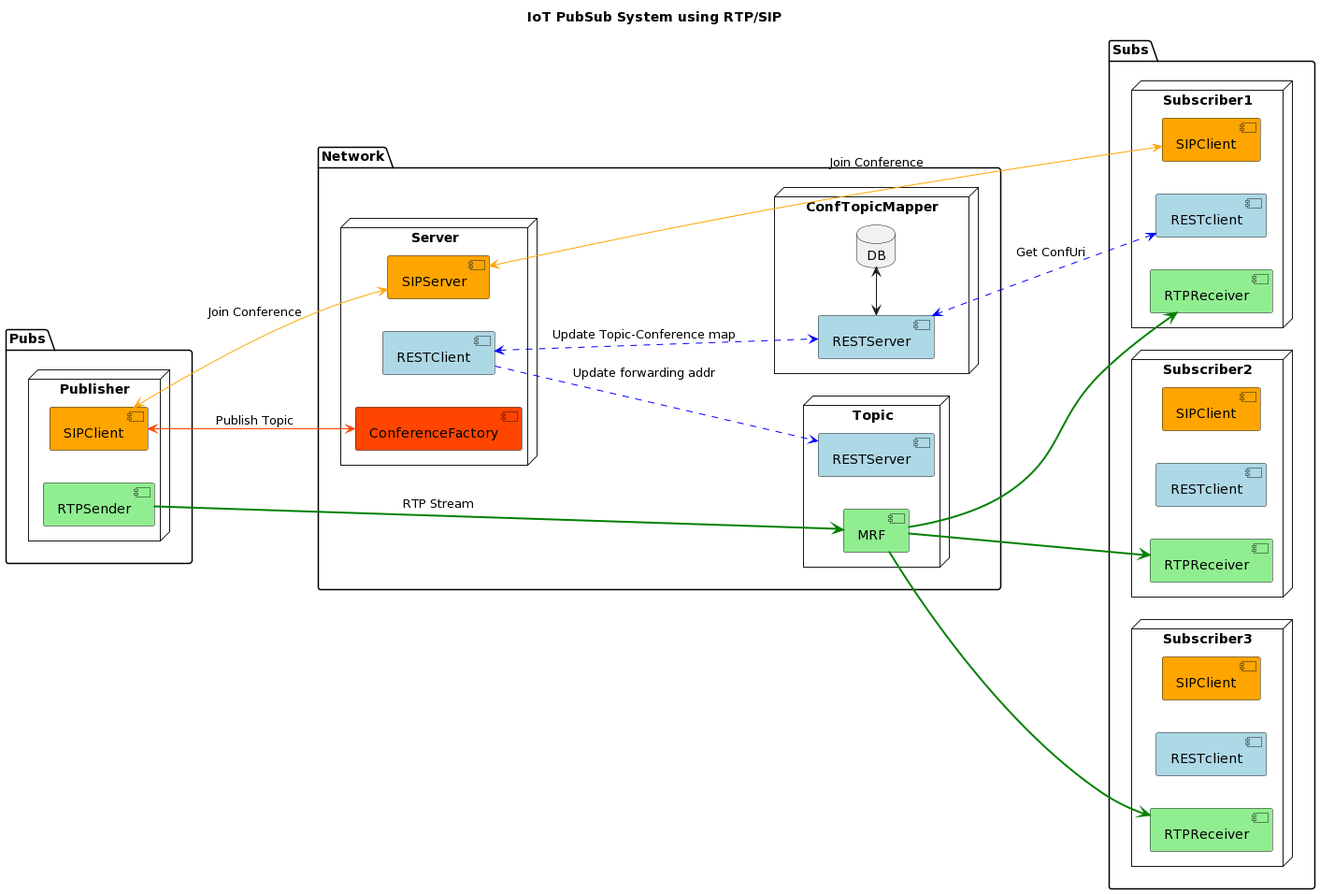
Above: out/pubsub/architecture/architecture/architecture.png in chumvan/rtppubsub (PlantUML), before the change.
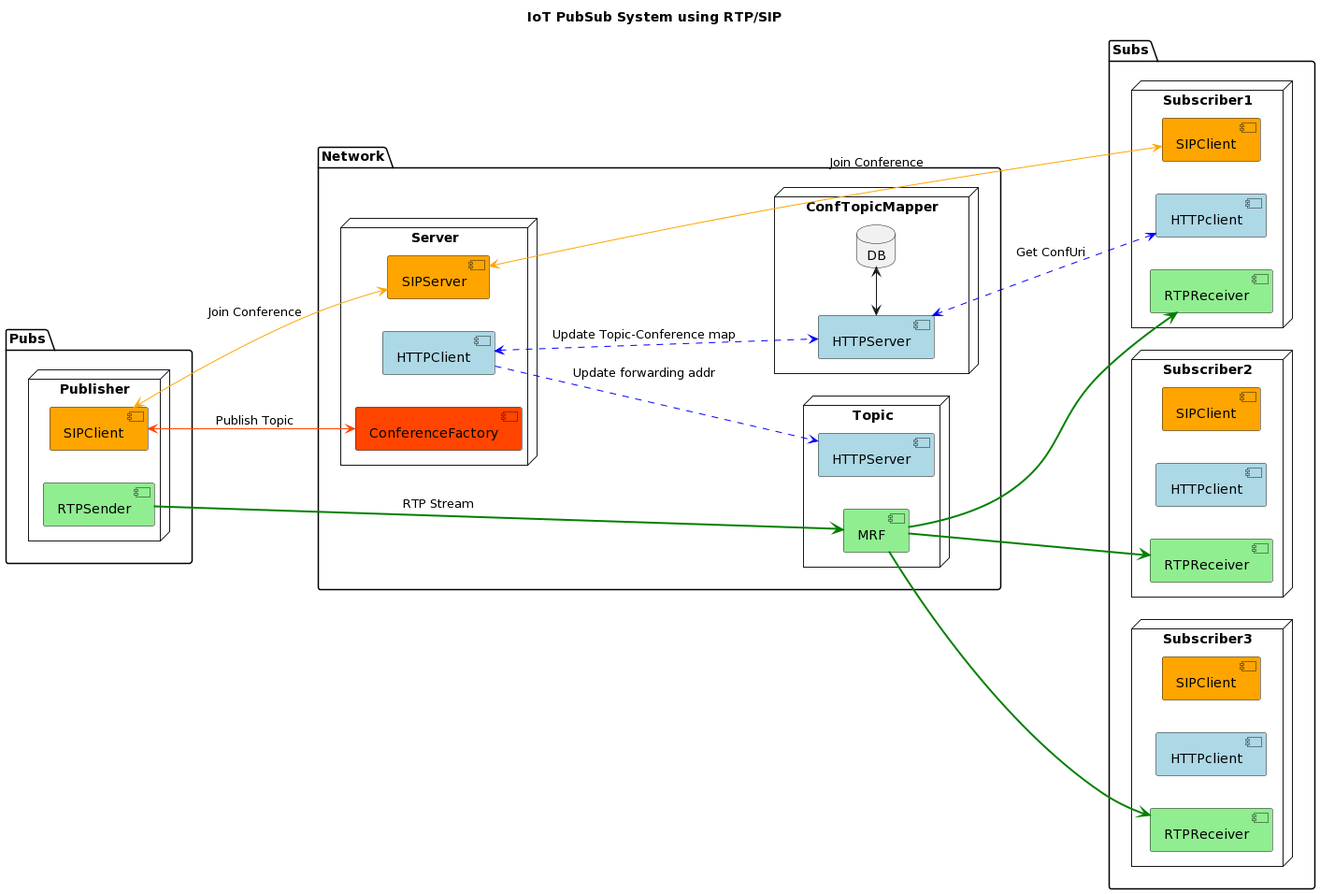
After the commit.

The edit, as a diff of the source:
```diff
@@ -13,17 +13,17 @@
 package Network {
 node Server as Server {
     [SIPServer] #Orange
-    [RESTClient] as ServerRESTC #LightBlue
+    [HTTPClient] as ServerHTTPC #LightBlue
     [ConferenceFactory] #OrangeRed
 }
 
 node Topic {
-    [RESTServer] as TopicRESTS #LightBlue
+    [HTTPServer] as TopicHTTPS #LightBlue
     [MRF] #LightGreen
 }
 
 node ConfTopicMapper {
-    [RESTServer] as MapREST #LightBlue
+    [HTTPServer] as MapHTTP #LightBlue
     database DB
 }
 }
@@ -32,18 +32,18 @@
 package Subs {
 node Subscriber1 as Sub1 {
     [SIPClient] as SubSIPC1 #Orange
-    [RESTclient] as SubRESTC1 #LightBlue
+    [HTTPclient] as SubHTTPC1 #LightBlue
     [RTPReceiver] as RTPReceiver1#LightGreen
 }
 
 node Subscriber2 as Sub2 {
     [SIPClient] as SubSIPC2 #Orange
-    [RESTclient] as SubRESTC2 #LightBlue
+    [HTTPclient] as SubHTTPC2 #LightBlue
     [RTPReceiver] as RTPReceiver2 #LightGreen
 }
 node Subscriber3 as Sub3 {
     [SIPClient] as SubSIPC3 #Orange
-    [RESTclient] as SubRESTC3 #LightBlue
+    [HTTPclient] as SubHTTPC3 #LightBlue
     [RTPReceiver] as RTPReceiver3#LightGreen
 }
 }
@@ -52,12 +52,12 @@
 
 [PubSIPC] <-[#OrangeRed]-> [ConferenceFactory]: Publish Topic
 
-[ServerRESTC] <-[#Blue,dashed]-> MapREST: Update Topic-Conference map
+[ServerHTTPC] <-[#Blue,dashed]-> MapHTTP: Update Topic-Conference map
 
-[ServerRESTC] -[#Blue,dashed]-> TopicRESTS: Update forwarding addr
+[ServerHTTPC] -[#Blue,dashed]-> TopicHTTPS: Update forwarding addr
 
-[SubRESTC1] <-[#Blue,dashed]-> MapREST: Get ConfUri
-[MapREST] <-> DB: ""
+[SubHTTPC1] <-[#Blue,dashed]-> MapHTTP: Get ConfUri
+[MapHTTP] <-> DB: ""
 
 [PubSIPC] <-[#Orange]-> [SIPServer]: Join Conference
 [SubSIPC1] <-[#Orange]-> [SIPServer]: Join Conference
```
